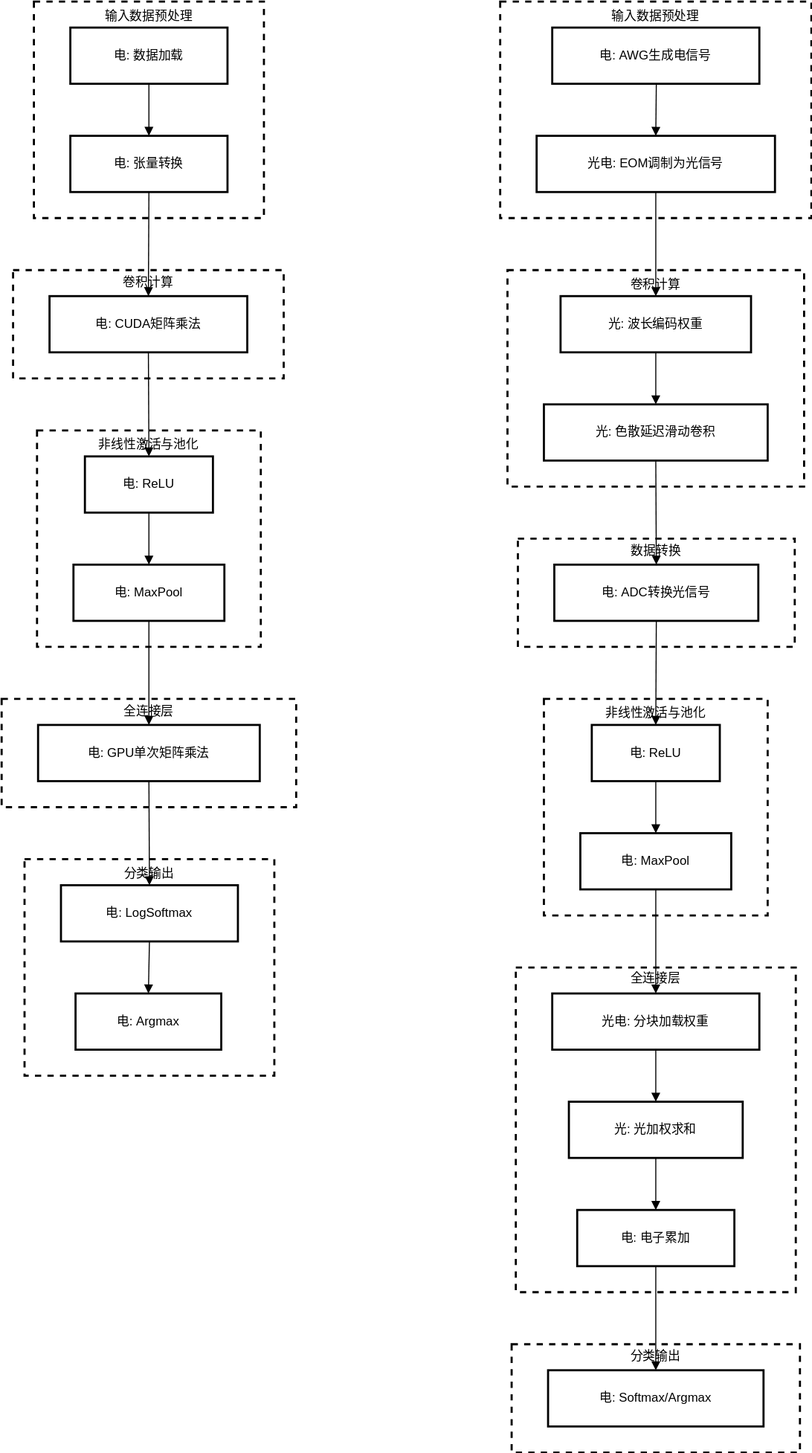
Before: 11tops.svg, a diagram exported from draw.io (ZhiQiu02/Draw.io). Source tidied: cells renumbered, new cells last; positions are measured from the earlier drawing's top-left corner, leaving out a move shared by most shapes.
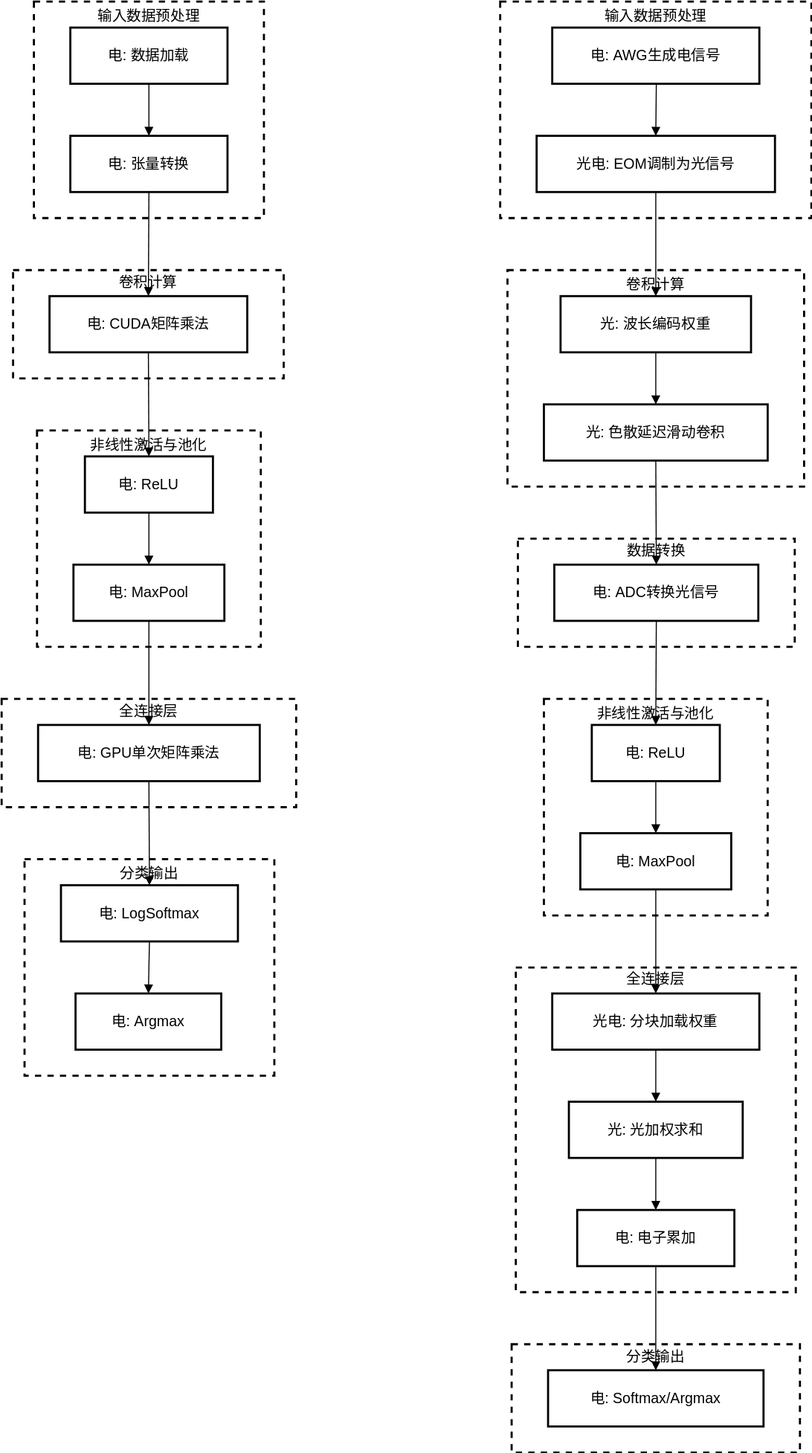
Above is the later version.

Change to the diagram source:
```diff
@@ -2,147 +2,147 @@
   <root>
     <mxCell id="0" />
     <mxCell id="1" parent="0" />
-    <mxCell id="2" value="分类输出" style="whiteSpace=wrap;strokeWidth=2;fillColor=none;strokeColor=default;dashed=1;spacingBottom=180;" parent="1" vertex="1">
+    <mxCell id="2" value="分类输出" style="whiteSpace=wrap;strokeWidth=2;fillColor=none;strokeColor=default;dashed=1;spacingBottom=180;fontSize=14;" parent="1" vertex="1">
       <mxGeometry x="22" y="824" width="240" height="208" as="geometry" />
     </mxCell>
-    <mxCell id="3" value="全连接层" style="whiteSpace=wrap;strokeWidth=2;spacingBottom=80;fillColor=none;dashed=1;" parent="1" vertex="1">
+    <mxCell id="3" value="全连接层" style="whiteSpace=wrap;strokeWidth=2;spacingBottom=80;fillColor=none;dashed=1;fontSize=14;" parent="1" vertex="1">
       <mxGeometry y="670" width="283" height="104" as="geometry" />
     </mxCell>
-    <mxCell id="4" value="非线性激活与池化" style="whiteSpace=wrap;strokeWidth=2;fillColor=none;dashed=1;spacingBottom=180;shadow=0;" parent="1" vertex="1">
+    <mxCell id="4" value="非线性激活与池化" style="whiteSpace=wrap;strokeWidth=2;fillColor=none;dashed=1;spacingBottom=180;shadow=0;fontSize=14;" parent="1" vertex="1">
       <mxGeometry x="34" y="412" width="215" height="208" as="geometry" />
     </mxCell>
-    <mxCell id="5" value="卷积计算" style="whiteSpace=wrap;strokeWidth=2;spacingBottom=80;fillColor=none;dashed=1;" parent="1" vertex="1">
+    <mxCell id="5" value="卷积计算" style="whiteSpace=wrap;strokeWidth=2;spacingBottom=80;fillColor=none;dashed=1;fontSize=14;" parent="1" vertex="1">
       <mxGeometry x="11" y="258" width="260" height="104" as="geometry" />
     </mxCell>
-    <mxCell id="6" value="输入数据预处理" style="whiteSpace=wrap;strokeWidth=2;fillColor=none;dashed=1;spacingBottom=180;" parent="1" vertex="1">
+    <mxCell id="6" value="输入数据预处理" style="whiteSpace=wrap;strokeWidth=2;fillColor=none;dashed=1;spacingBottom=180;fontSize=14;" parent="1" vertex="1">
       <mxGeometry x="31" width="221" height="208" as="geometry" />
     </mxCell>
-    <mxCell id="7" value="电: 数据加载" style="whiteSpace=wrap;strokeWidth=2;" parent="1" vertex="1">
+    <mxCell id="7" value="电: 数据加载" style="whiteSpace=wrap;strokeWidth=2;fontSize=14;" parent="1" vertex="1">
       <mxGeometry x="66" y="25" width="151" height="54" as="geometry" />
     </mxCell>
-    <mxCell id="8" value="电: 张量转换" style="whiteSpace=wrap;strokeWidth=2;" parent="1" vertex="1">
+    <mxCell id="8" value="电: 张量转换" style="whiteSpace=wrap;strokeWidth=2;fontSize=14;" parent="1" vertex="1">
       <mxGeometry x="66" y="129" width="151" height="54" as="geometry" />
     </mxCell>
-    <mxCell id="9" value="电: CUDA矩阵乘法" style="whiteSpace=wrap;strokeWidth=2;" parent="1" vertex="1">
+    <mxCell id="9" value="电: CUDA矩阵乘法" style="whiteSpace=wrap;strokeWidth=2;fontSize=14;" parent="1" vertex="1">
       <mxGeometry x="46" y="283" width="190" height="54" as="geometry" />
     </mxCell>
-    <mxCell id="10" value="电: ReLU" style="whiteSpace=wrap;strokeWidth=2;" parent="1" vertex="1">
+    <mxCell id="10" value="电: ReLU" style="whiteSpace=wrap;strokeWidth=2;fontSize=14;" parent="1" vertex="1">
       <mxGeometry x="80" y="437" width="123" height="54" as="geometry" />
     </mxCell>
-    <mxCell id="11" value="电: MaxPool" style="whiteSpace=wrap;strokeWidth=2;" parent="1" vertex="1">
+    <mxCell id="11" value="电: MaxPool" style="whiteSpace=wrap;strokeWidth=2;fontSize=14;" parent="1" vertex="1">
       <mxGeometry x="69" y="541" width="145" height="54" as="geometry" />
     </mxCell>
-    <mxCell id="12" value="电: GPU单次矩阵乘法" style="whiteSpace=wrap;strokeWidth=2;" parent="1" vertex="1">
+    <mxCell id="12" value="电: GPU单次矩阵乘法" style="whiteSpace=wrap;strokeWidth=2;fontSize=14;" parent="1" vertex="1">
       <mxGeometry x="35" y="695" width="213" height="54" as="geometry" />
     </mxCell>
-    <mxCell id="13" value="电: LogSoftmax" style="whiteSpace=wrap;strokeWidth=2;" parent="1" vertex="1">
+    <mxCell id="13" value="电: LogSoftmax" style="whiteSpace=wrap;strokeWidth=2;fontSize=14;" parent="1" vertex="1">
       <mxGeometry x="57" y="849" width="170" height="54" as="geometry" />
     </mxCell>
-    <mxCell id="14" value="电: Argmax" style="whiteSpace=wrap;strokeWidth=2;" parent="1" vertex="1">
+    <mxCell id="14" value="电: Argmax" style="whiteSpace=wrap;strokeWidth=2;fontSize=14;" parent="1" vertex="1">
       <mxGeometry x="71" y="953" width="140" height="54" as="geometry" />
     </mxCell>
-    <mxCell id="15" style="curved=1;startArrow=none;endArrow=block;exitX=0.5;exitY=1;entryX=0.5;entryY=0;rounded=0;" parent="1" edge="1" source="7" target="8">
+    <mxCell id="15" style="curved=1;startArrow=none;endArrow=block;exitX=0.5;exitY=1;entryX=0.5;entryY=0;rounded=0;fontSize=14;" parent="1" edge="1" source="7" target="8">
       <mxGeometry relative="1" as="geometry" />
     </mxCell>
-    <mxCell id="16" style="curved=1;startArrow=none;endArrow=block;exitX=0.5;exitY=1;entryX=0.5;entryY=0;rounded=0;" parent="1" edge="1" source="10" target="11">
+    <mxCell id="16" style="curved=1;startArrow=none;endArrow=block;exitX=0.5;exitY=1;entryX=0.5;entryY=0;rounded=0;fontSize=14;" parent="1" edge="1" source="10" target="11">
       <mxGeometry relative="1" as="geometry" />
     </mxCell>
-    <mxCell id="17" style="curved=1;startArrow=none;endArrow=block;exitX=0.5;exitY=1;entryX=0.5;entryY=0;rounded=0;" parent="1" edge="1" source="13" target="14">
+    <mxCell id="17" style="curved=1;startArrow=none;endArrow=block;exitX=0.5;exitY=1;entryX=0.5;entryY=0;rounded=0;fontSize=14;" parent="1" edge="1" source="13" target="14">
       <mxGeometry relative="1" as="geometry" />
     </mxCell>
-    <mxCell id="18" style="curved=1;startArrow=none;endArrow=block;exitX=0.5;exitY=1;entryX=0.5;entryY=0;rounded=0;" parent="1" edge="1" source="8" target="9">
+    <mxCell id="18" style="curved=1;startArrow=none;endArrow=block;exitX=0.5;exitY=1;entryX=0.5;entryY=0;rounded=0;fontSize=14;" parent="1" edge="1" source="8" target="9">
       <mxGeometry relative="1" as="geometry" />
     </mxCell>
-    <mxCell id="19" style="curved=1;startArrow=none;endArrow=block;exitX=0.5;exitY=1;entryX=0.5;entryY=0;rounded=0;" parent="1" edge="1" source="9" target="10">
+    <mxCell id="19" style="curved=1;startArrow=none;endArrow=block;exitX=0.5;exitY=1;entryX=0.5;entryY=0;rounded=0;fontSize=14;" parent="1" edge="1" source="9" target="10">
       <mxGeometry relative="1" as="geometry" />
     </mxCell>
-    <mxCell id="20" style="curved=1;startArrow=none;endArrow=block;exitX=0.5;exitY=1;entryX=0.5;entryY=0;rounded=0;" parent="1" edge="1" source="11" target="12">
+    <mxCell id="20" style="curved=1;startArrow=none;endArrow=block;exitX=0.5;exitY=1;entryX=0.5;entryY=0;rounded=0;fontSize=14;" parent="1" edge="1" source="11" target="12">
       <mxGeometry relative="1" as="geometry" />
     </mxCell>
-    <mxCell id="21" style="curved=1;startArrow=none;endArrow=block;exitX=0.5;exitY=1;entryX=0.5;entryY=0;rounded=0;" parent="1" edge="1" source="12" target="13">
+    <mxCell id="21" style="curved=1;startArrow=none;endArrow=block;exitX=0.5;exitY=1;entryX=0.5;entryY=0;rounded=0;fontSize=14;" parent="1" edge="1" source="12" target="13">
       <mxGeometry relative="1" as="geometry" />
     </mxCell>
-    <mxCell id="22" value="分类输出" style="whiteSpace=wrap;strokeWidth=2;spacingBottom=80;fillColor=none;dashed=1;" parent="1" vertex="1">
+    <mxCell id="22" value="分类输出" style="whiteSpace=wrap;strokeWidth=2;spacingBottom=80;fillColor=none;dashed=1;fontSize=14;" parent="1" vertex="1">
       <mxGeometry x="490" y="1290" width="277" height="104" as="geometry" />
     </mxCell>
-    <mxCell id="23" value="全连接层" style="whiteSpace=wrap;strokeWidth=2;spacingBottom=290;fillColor=none;dashed=1;" parent="1" vertex="1">
+    <mxCell id="23" value="全连接层" style="whiteSpace=wrap;strokeWidth=2;spacingBottom=290;fillColor=none;dashed=1;fontSize=14;" parent="1" vertex="1">
       <mxGeometry x="494" y="928" width="269" height="312" as="geometry" />
     </mxCell>
-    <mxCell id="24" value="非线性激活与池化" style="whiteSpace=wrap;strokeWidth=2;spacingBottom=180;fillColor=none;dashed=1;" parent="1" vertex="1">
+    <mxCell id="24" value="非线性激活与池化" style="whiteSpace=wrap;strokeWidth=2;spacingBottom=180;fillColor=none;dashed=1;fontSize=14;" parent="1" vertex="1">
       <mxGeometry x="521" y="670" width="215" height="208" as="geometry" />
     </mxCell>
-    <mxCell id="25" value="数据转换" style="whiteSpace=wrap;strokeWidth=2;spacingBottom=80;fillColor=none;dashed=1;" parent="1" vertex="1">
+    <mxCell id="25" value="数据转换" style="whiteSpace=wrap;strokeWidth=2;spacingBottom=80;fillColor=none;dashed=1;fontSize=14;" parent="1" vertex="1">
       <mxGeometry x="496" y="516" width="266" height="104" as="geometry" />
     </mxCell>
-    <mxCell id="26" value="卷积计算" style="whiteSpace=wrap;strokeWidth=2;spacingBottom=180;fillColor=none;dashed=1;" parent="1" vertex="1">
+    <mxCell id="26" value="卷积计算" style="whiteSpace=wrap;strokeWidth=2;spacingBottom=180;fillColor=none;dashed=1;fontSize=14;" parent="1" vertex="1">
       <mxGeometry x="486" y="258" width="285" height="208" as="geometry" />
     </mxCell>
-    <mxCell id="27" value="输入数据预处理" style="whiteSpace=wrap;strokeWidth=2;dashed=1;spacingBottom=180;fillColor=none;" parent="1" vertex="1">
+    <mxCell id="27" value="输入数据预处理" style="whiteSpace=wrap;strokeWidth=2;dashed=1;spacingBottom=180;fillColor=none;fontSize=14;" parent="1" vertex="1">
       <mxGeometry x="479" width="299" height="208" as="geometry" />
     </mxCell>
-    <mxCell id="28" value="电: AWG生成电信号" style="whiteSpace=wrap;strokeWidth=2;" parent="1" vertex="1">
+    <mxCell id="28" value="电: AWG生成电信号" style="whiteSpace=wrap;strokeWidth=2;fontSize=14;" parent="1" vertex="1">
       <mxGeometry x="529" y="25" width="199" height="54" as="geometry" />
     </mxCell>
-    <mxCell id="29" value="光电: EOM调制为光信号" style="whiteSpace=wrap;strokeWidth=2;" parent="1" vertex="1">
+    <mxCell id="29" value="光电: EOM调制为光信号" style="whiteSpace=wrap;strokeWidth=2;fontSize=14;" parent="1" vertex="1">
       <mxGeometry x="514" y="129" width="229" height="54" as="geometry" />
     </mxCell>
-    <mxCell id="30" value="光: 波长编码权重" style="whiteSpace=wrap;strokeWidth=2;" parent="1" vertex="1">
+    <mxCell id="30" value="光: 波长编码权重" style="whiteSpace=wrap;strokeWidth=2;fontSize=14;" parent="1" vertex="1">
       <mxGeometry x="537" y="283" width="183" height="54" as="geometry" />
     </mxCell>
-    <mxCell id="31" value="光: 色散延迟滑动卷积" style="whiteSpace=wrap;strokeWidth=2;" parent="1" vertex="1">
+    <mxCell id="31" value="光: 色散延迟滑动卷积" style="whiteSpace=wrap;strokeWidth=2;fontSize=14;" parent="1" vertex="1">
       <mxGeometry x="521" y="387" width="215" height="54" as="geometry" />
     </mxCell>
-    <mxCell id="32" value="电: ADC转换光信号" style="whiteSpace=wrap;strokeWidth=2;" parent="1" vertex="1">
+    <mxCell id="32" value="电: ADC转换光信号" style="whiteSpace=wrap;strokeWidth=2;fontSize=14;" parent="1" vertex="1">
       <mxGeometry x="531" y="541" width="196" height="54" as="geometry" />
     </mxCell>
-    <mxCell id="33" value="电: ReLU" style="whiteSpace=wrap;strokeWidth=2;" parent="1" vertex="1">
+    <mxCell id="33" value="电: ReLU" style="whiteSpace=wrap;strokeWidth=2;fontSize=14;" parent="1" vertex="1">
       <mxGeometry x="567" y="695" width="123" height="54" as="geometry" />
     </mxCell>
-    <mxCell id="34" value="电: MaxPool" style="whiteSpace=wrap;strokeWidth=2;" parent="1" vertex="1">
+    <mxCell id="34" value="电: MaxPool" style="whiteSpace=wrap;strokeWidth=2;fontSize=14;" parent="1" vertex="1">
       <mxGeometry x="556" y="799" width="145" height="54" as="geometry" />
     </mxCell>
-    <mxCell id="35" value="光电: 分块加载权重" style="whiteSpace=wrap;strokeWidth=2;" parent="1" vertex="1">
+    <mxCell id="35" value="光电: 分块加载权重" style="whiteSpace=wrap;strokeWidth=2;fontSize=14;" parent="1" vertex="1">
       <mxGeometry x="529" y="953" width="199" height="54" as="geometry" />
     </mxCell>
-    <mxCell id="36" value="光: 光加权求和" style="whiteSpace=wrap;strokeWidth=2;" parent="1" vertex="1">
+    <mxCell id="36" value="光: 光加权求和" style="whiteSpace=wrap;strokeWidth=2;fontSize=14;" parent="1" vertex="1">
       <mxGeometry x="545" y="1057" width="167" height="54" as="geometry" />
     </mxCell>
-    <mxCell id="37" value="电: 电子累加" style="whiteSpace=wrap;strokeWidth=2;" parent="1" vertex="1">
+    <mxCell id="37" value="电: 电子累加" style="whiteSpace=wrap;strokeWidth=2;fontSize=14;" parent="1" vertex="1">
       <mxGeometry x="553" y="1161" width="151" height="54" as="geometry" />
     </mxCell>
-    <mxCell id="38" value="电: Softmax/Argmax" style="whiteSpace=wrap;strokeWidth=2;" parent="1" vertex="1">
+    <mxCell id="38" value="电: Softmax/Argmax" style="whiteSpace=wrap;strokeWidth=2;fontSize=14;" parent="1" vertex="1">
       <mxGeometry x="525" y="1315" width="207" height="54" as="geometry" />
     </mxCell>
-    <mxCell id="39" style="curved=1;startArrow=none;endArrow=block;entryX=0.5;entryY=0;rounded=0;" parent="1" edge="1" target="29">
+    <mxCell id="39" style="curved=1;startArrow=none;endArrow=block;entryX=0.5;entryY=0;rounded=0;fontSize=14;" parent="1" edge="1" target="29">
       <mxGeometry relative="1" as="geometry">
         <mxPoint x="629" y="79" as="sourcePoint" />
       </mxGeometry>
     </mxCell>
-    <mxCell id="40" style="curved=1;startArrow=none;endArrow=block;exitX=0.5;exitY=1;entryX=0.5;entryY=0;rounded=0;" parent="1" edge="1" source="30" target="31">
+    <mxCell id="40" style="curved=1;startArrow=none;endArrow=block;exitX=0.5;exitY=1;entryX=0.5;entryY=0;rounded=0;fontSize=14;" parent="1" edge="1" source="30" target="31">
       <mxGeometry relative="1" as="geometry" />
     </mxCell>
-    <mxCell id="41" style="curved=1;startArrow=none;endArrow=block;exitX=0.5;exitY=1;entryX=0.5;entryY=0;rounded=0;" parent="1" edge="1" source="33" target="34">
+    <mxCell id="41" style="curved=1;startArrow=none;endArrow=block;exitX=0.5;exitY=1;entryX=0.5;entryY=0;rounded=0;fontSize=14;" parent="1" edge="1" source="33" target="34">
       <mxGeometry relative="1" as="geometry" />
     </mxCell>
-    <mxCell id="42" style="curved=1;startArrow=none;endArrow=block;exitX=0.5;exitY=1;entryX=0.5;entryY=0;rounded=0;" parent="1" edge="1" source="35" target="36">
+    <mxCell id="42" style="curved=1;startArrow=none;endArrow=block;exitX=0.5;exitY=1;entryX=0.5;entryY=0;rounded=0;fontSize=14;" parent="1" edge="1" source="35" target="36">
       <mxGeometry relative="1" as="geometry" />
     </mxCell>
-    <mxCell id="43" style="curved=1;startArrow=none;endArrow=block;exitX=0.5;exitY=1;entryX=0.5;entryY=0;rounded=0;" parent="1" edge="1" source="36" target="37">
+    <mxCell id="43" style="curved=1;startArrow=none;endArrow=block;exitX=0.5;exitY=1;entryX=0.5;entryY=0;rounded=0;fontSize=14;" parent="1" edge="1" source="36" target="37">
       <mxGeometry relative="1" as="geometry" />
     </mxCell>
-    <mxCell id="44" style="curved=1;startArrow=none;endArrow=block;exitX=0.5;exitY=1;entryX=0.5;entryY=0;rounded=0;" parent="1" edge="1" source="29" target="30">
+    <mxCell id="44" style="curved=1;startArrow=none;endArrow=block;exitX=0.5;exitY=1;entryX=0.5;entryY=0;rounded=0;fontSize=14;" parent="1" edge="1" source="29" target="30">
       <mxGeometry relative="1" as="geometry" />
     </mxCell>
-    <mxCell id="45" style="curved=1;startArrow=none;endArrow=block;exitX=0.5;exitY=1;entryX=0.5;entryY=0;rounded=0;" parent="1" edge="1" source="31" target="32">
+    <mxCell id="45" style="curved=1;startArrow=none;endArrow=block;exitX=0.5;exitY=1;entryX=0.5;entryY=0;rounded=0;fontSize=14;" parent="1" edge="1" source="31" target="32">
       <mxGeometry relative="1" as="geometry" />
     </mxCell>
-    <mxCell id="46" style="curved=1;startArrow=none;endArrow=block;exitX=0.5;exitY=1;entryX=0.5;entryY=0;rounded=0;" parent="1" edge="1" source="32" target="33">
+    <mxCell id="46" style="curved=1;startArrow=none;endArrow=block;exitX=0.5;exitY=1;entryX=0.5;entryY=0;rounded=0;fontSize=14;" parent="1" edge="1" source="32" target="33">
       <mxGeometry relative="1" as="geometry" />
     </mxCell>
-    <mxCell id="47" style="curved=1;startArrow=none;endArrow=block;exitX=0.5;exitY=1;entryX=0.5;entryY=0;rounded=0;" parent="1" edge="1" source="34" target="35">
+    <mxCell id="47" style="curved=1;startArrow=none;endArrow=block;exitX=0.5;exitY=1;entryX=0.5;entryY=0;rounded=0;fontSize=14;" parent="1" edge="1" source="34" target="35">
       <mxGeometry relative="1" as="geometry" />
     </mxCell>
-    <mxCell id="48" style="curved=1;startArrow=none;endArrow=block;exitX=0.5;exitY=1;entryX=0.5;entryY=0;rounded=0;" parent="1" edge="1" source="37" target="38">
+    <mxCell id="48" style="curved=1;startArrow=none;endArrow=block;exitX=0.5;exitY=1;entryX=0.5;entryY=0;rounded=0;fontSize=14;" parent="1" edge="1" source="37" target="38">
       <mxGeometry relative="1" as="geometry" />
     </mxCell>
   </root>
```
